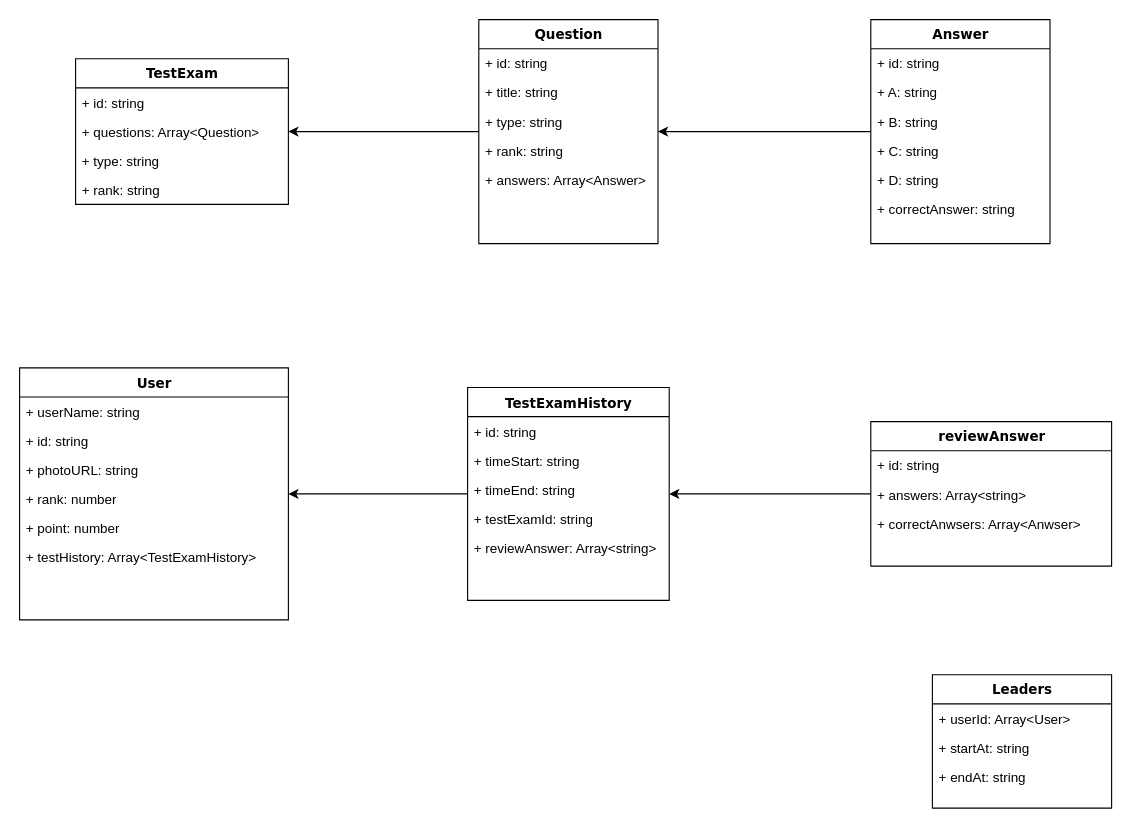
This is Prototype/Untitled Diagram.drawio from nguyenbinhanltv/EnQ-server, a draw.io file, before an edit. Source tidied: cells renumbered, new cells numbered last; positions are measured from the earlier drawing's top-left corner, leaving out a move shared by most shapes. Both pictures are drawn from the tidied source at 112%, with x=0, y=0 at pixel (19, 19).
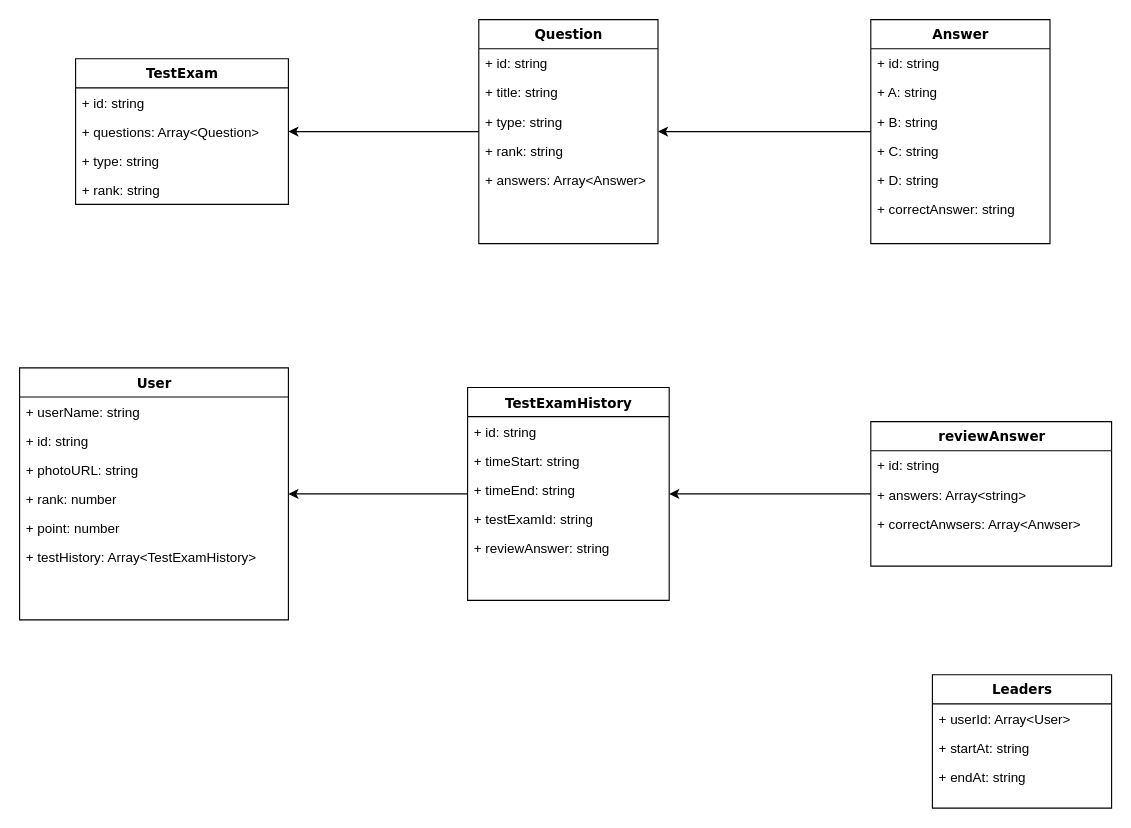
The same page after the edit.

Unchanged cells that the change refers to:
```xml
<mxCell id="30" value="TestExamHistory" style="swimlane;html=1;fontStyle=1;align=center;verticalAlign=top;horizontal=1;startSize=26;swimlaneFillColor=#ffffff;rounded=0;shadow=0;comic=0;labelBackgroundColor=none;strokeWidth=1;fillColor=none;fontFamily=Verdana;fontSize=12;" parent="1" vertex="1">
  <mxGeometry x="400" y="328.5" width="180" height="190" as="geometry" />
</mxCell>
```

Change to the diagram source:
```diff
@@
-    <mxCell id="35" value="+ reviewAnswer: Array&amp;lt;string&amp;gt;" style="text;html=1;strokeColor=none;fillColor=none;align=left;verticalAlign=top;spacingLeft=4;spacingRight=4;whiteSpace=wrap;overflow=hidden;" parent="30" vertex="1">
+    <mxCell id="35" value="+ reviewAnswer: string" style="text;html=1;strokeColor=none;fillColor=none;align=left;verticalAlign=top;spacingLeft=4;spacingRight=4;whiteSpace=wrap;overflow=hidden;" parent="30" vertex="1">
       <mxGeometry y="130" width="180" height="26" as="geometry" />
     </mxCell>
```
